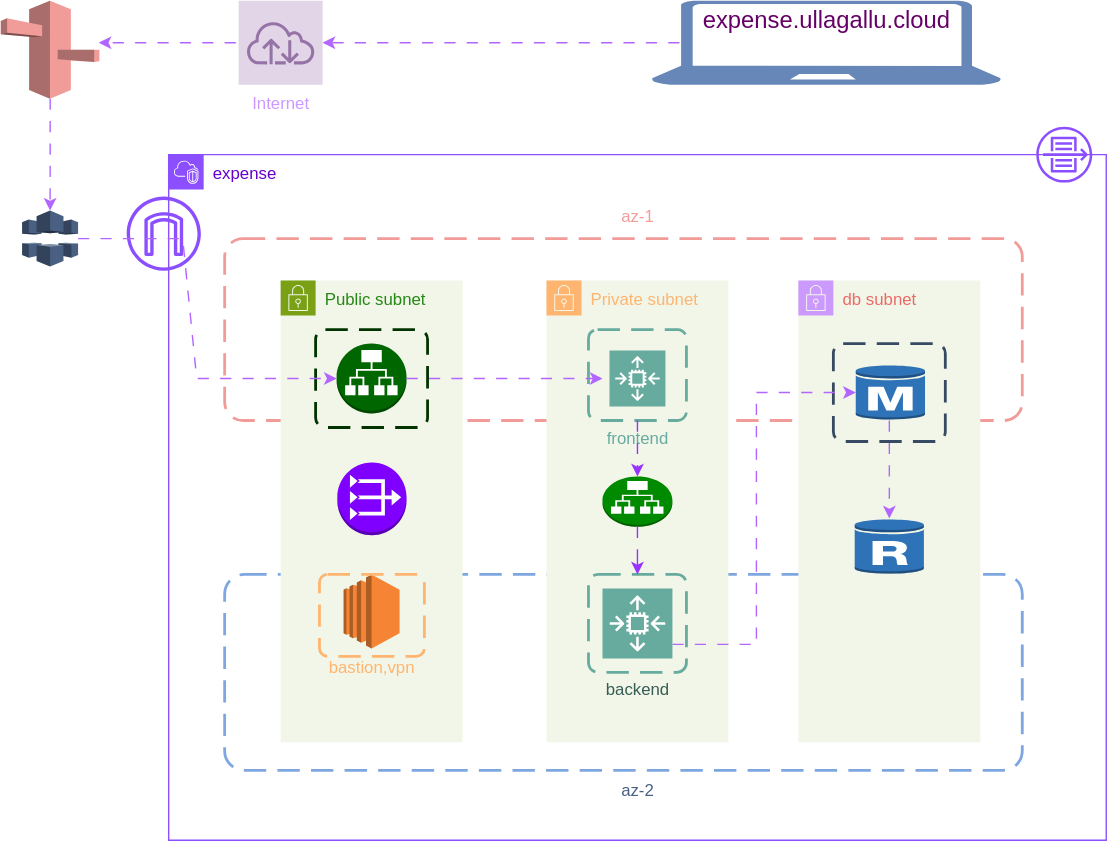
The draw.io diagram Flow-Diagram.drawio.svg in ullagallu123/expense-infra, before a commit. Source tidied: cells renumbered, new cells last; positions are measured from the earlier drawing's top-left corner, leaving out a move shared by most shapes.
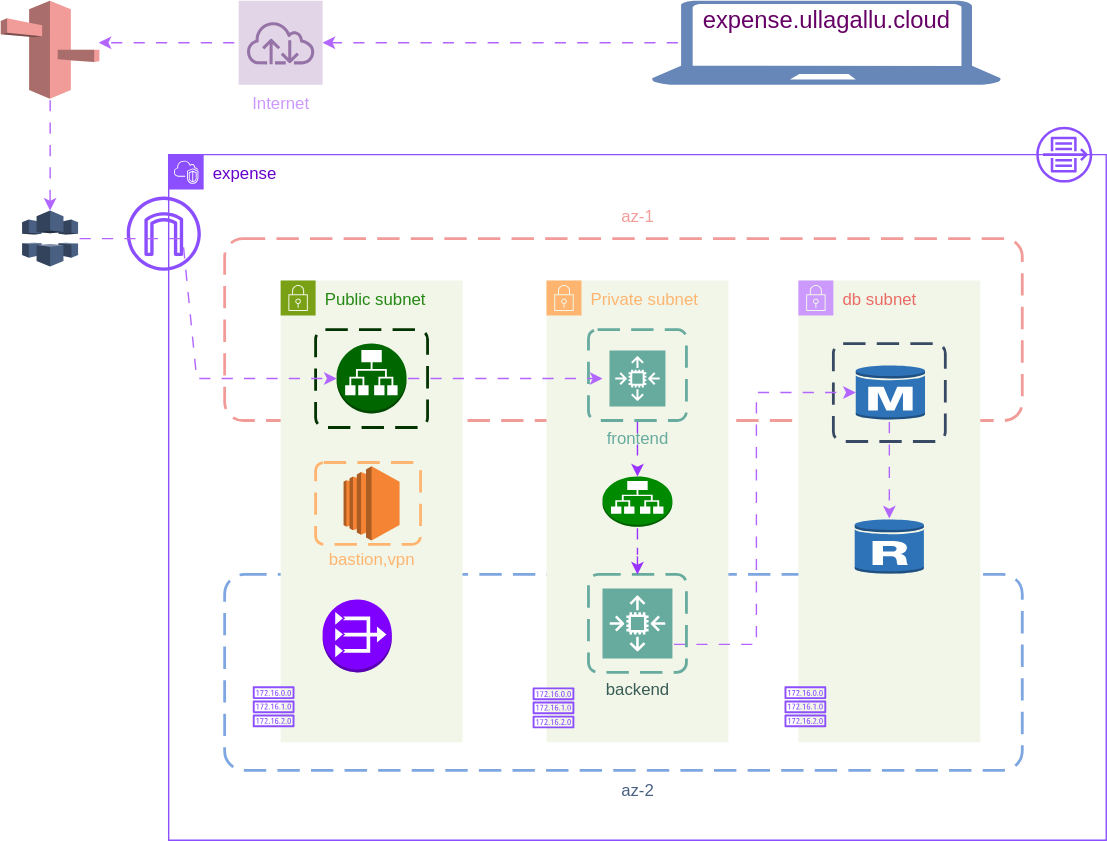
After the commit.

What changed in the source:
```diff
@@ -17,17 +17,14 @@
     <mxCell id="6" style="outlineConnect=0;dashed=0;verticalLabelPosition=bottom;verticalAlign=top;align=center;html=1;shape=mxgraph.aws3.application_load_balancer;fillColor=#006600;gradientColor=none;" parent="5" vertex="1">
       <mxGeometry x="40" y="45" width="50" height="50" as="geometry" />
     </mxCell>
-    <mxCell id="7" style="dashed=0;verticalLabelPosition=bottom;verticalAlign=top;align=center;html=1;shape=mxgraph.aws3.vpc_nat_gateway;fillColor=#7F00FF;gradientColor=none;" parent="5" vertex="1">
-      <mxGeometry x="40.5" y="130" width="49.5" height="52" as="geometry" />
-    </mxCell>
     <mxCell id="8" style="rounded=1;arcSize=10;dashed=1;strokeColor=#003300;fillColor=none;gradientColor=none;dashPattern=8 4;strokeWidth=2;" parent="5" vertex="1">
       <mxGeometry x="25" y="35" width="80" height="70" as="geometry" />
     </mxCell>
     <mxCell id="9" value="&lt;div&gt;&lt;font color=&quot;#ffb570&quot;&gt;bastion,vpn&lt;/font&gt;&lt;/div&gt;&lt;div&gt;&lt;font color=&quot;#ffb570&quot;&gt;&lt;br&gt;&lt;/font&gt;&lt;/div&gt;&lt;div&gt;&lt;font color=&quot;#ffb570&quot;&gt;&lt;br&gt;&lt;/font&gt;&lt;/div&gt;" style="dashed=0;verticalLabelPosition=bottom;verticalAlign=top;align=center;html=1;shape=mxgraph.aws3.ec2;fillColor=#F58534;gradientColor=none;" parent="5" vertex="1">
-      <mxGeometry x="45" y="210" width="40" height="53" as="geometry" />
+      <mxGeometry x="45" y="132.8" width="40" height="53" as="geometry" />
     </mxCell>
     <mxCell id="10" style="rounded=1;arcSize=10;dashed=1;strokeColor=#FFB570;fillColor=none;gradientColor=none;dashPattern=8 4;strokeWidth=2;" parent="5" vertex="1">
-      <mxGeometry x="27.8" y="210" width="75" height="58.5" as="geometry" />
+      <mxGeometry x="25" y="130" width="75" height="58.5" as="geometry" />
     </mxCell>
     <mxCell id="11" value="&lt;font color=&quot;#ffb570&quot;&gt;Private subnet&lt;/font&gt;" style="gradientColor=none;html=1;whiteSpace=wrap;fontSize=12;fontStyle=0;shape=mxgraph.aws4.group;grIcon=mxgraph.aws4.group_security_group;grStroke=0;strokeColor=#FFB570;fillColor=#F2F6E8;verticalAlign=top;align=left;spacingLeft=30;fontColor=#248814;dashed=0;" parent="2" vertex="1">
       <mxGeometry x="270" y="90" width="130" height="330" as="geometry" />
@@ -50,6 +47,9 @@
     <mxCell id="17" style="endArrow=classic;html=1;rounded=0;exitX=0.5;exitY=1;exitDx=0;exitDy=0;flowAnimation=1;strokeColor=#9933FF;" parent="11" edge="1" source="15" target="16">
       <mxGeometry relative="1" as="geometry" />
     </mxCell>
+    <mxCell id="41" style="sketch=0;fontColor=#232F3E;gradientColor=none;fillColor=#8C4FFF;strokeColor=none;dashed=0;verticalLabelPosition=bottom;verticalAlign=top;align=center;html=1;fontSize=12;fontStyle=0;shape=mxgraph.aws4.route_table;" parent="11" vertex="1">
+      <mxGeometry x="-10" y="290.8" width="30" height="29.2" as="geometry" />
+    </mxCell>
     <mxCell id="18" value="&lt;font color=&quot;#ea6b66&quot;&gt;db subnet&lt;/font&gt;" style="gradientColor=none;html=1;whiteSpace=wrap;fontSize=12;fontStyle=0;shape=mxgraph.aws4.group;grIcon=mxgraph.aws4.group_security_group;grStroke=0;strokeColor=#CC99FF;fillColor=#F2F6E8;verticalAlign=top;align=left;spacingLeft=30;fontColor=#248814;dashed=0;" parent="2" vertex="1">
       <mxGeometry x="450" y="90" width="130" height="330" as="geometry" />
     </mxCell>
@@ -109,6 +109,15 @@
     <mxCell id="31" style="edgeStyle=orthogonalEdgeStyle;rounded=0;jettySize=auto;html=1;flowAnimation=1;strokeColor=#9933FF;" parent="2" edge="1" source="16" target="28">
       <mxGeometry relative="1" as="geometry" />
     </mxCell>
+    <mxCell id="42" style="sketch=0;fontColor=#232F3E;gradientColor=none;fillColor=#8C4FFF;strokeColor=none;dashed=0;verticalLabelPosition=bottom;verticalAlign=top;align=center;html=1;fontSize=12;fontStyle=0;shape=mxgraph.aws4.route_table;" parent="2" vertex="1">
+      <mxGeometry x="440" y="380" width="30" height="29.2" as="geometry" />
+    </mxCell>
+    <mxCell id="43" style="sketch=0;fontColor=#232F3E;gradientColor=none;fillColor=#8C4FFF;strokeColor=none;dashed=0;verticalLabelPosition=bottom;verticalAlign=top;align=center;html=1;fontSize=12;fontStyle=0;shape=mxgraph.aws4.route_table;" parent="2" vertex="1">
+      <mxGeometry x="60" y="380" width="30" height="29.2" as="geometry" />
+    </mxCell>
+    <mxCell id="7" style="dashed=0;verticalLabelPosition=bottom;verticalAlign=top;align=center;html=1;shape=mxgraph.aws3.vpc_nat_gateway;fillColor=#7F00FF;gradientColor=none;" parent="2" vertex="1">
+      <mxGeometry x="110" y="318" width="49.5" height="52" as="geometry" />
+    </mxCell>
     <mxCell id="32" style="outlineConnect=0;dashed=0;verticalLabelPosition=bottom;verticalAlign=top;align=center;html=1;shape=mxgraph.aws3.cloudfront;fillColor=#496082;gradientColor=none;" parent="1" vertex="1">
       <mxGeometry x="15.2" y="150" width="40" height="40" as="geometry" />
     </mxCell>
```
